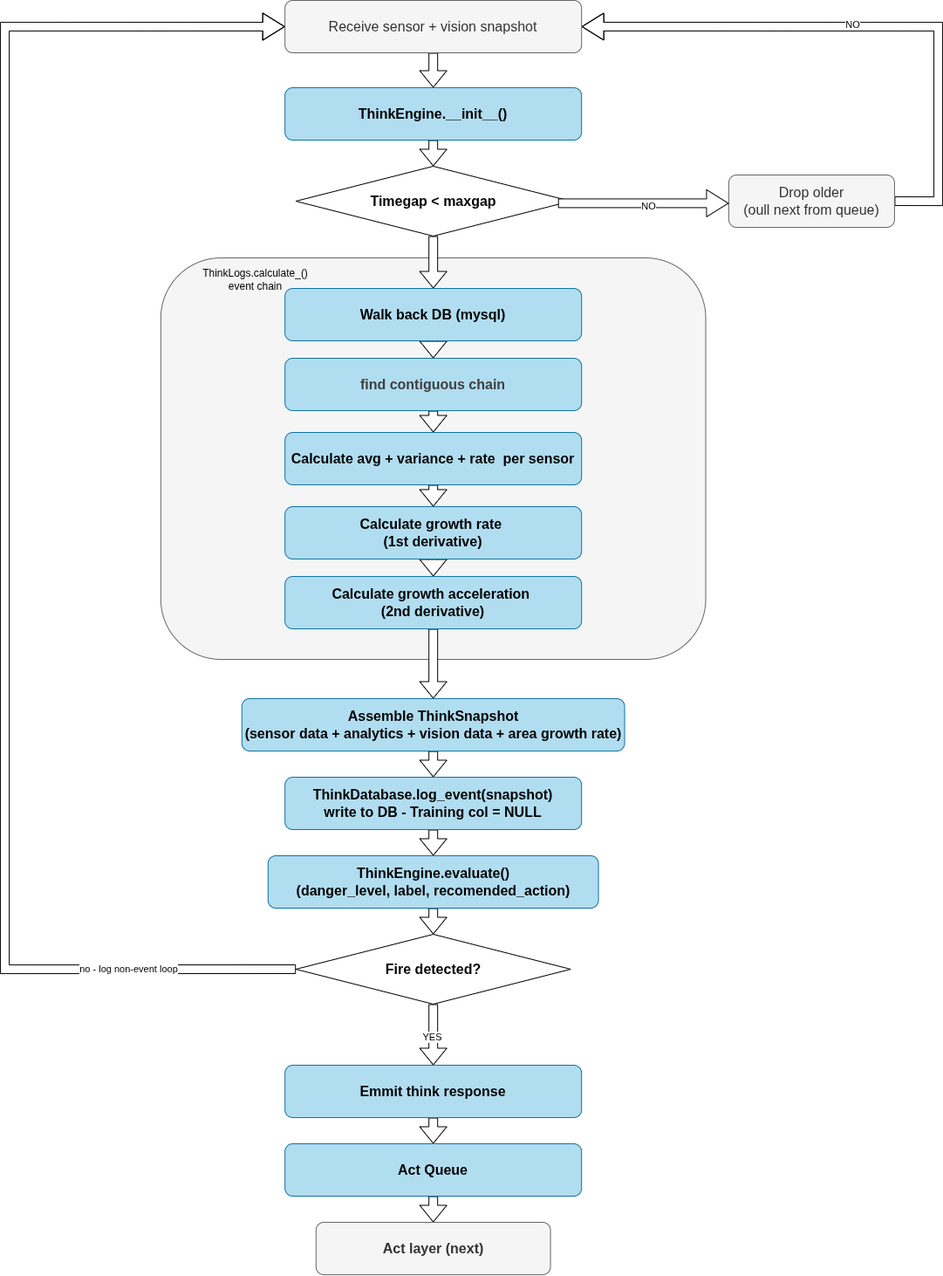
Earlier version of the draw.io export assets/flowchart_think.png (maya-fakih/smart_fire_extinguisher). Source tidied: cells renumbered, new cells last; positions are measured from the earlier drawing's top-left corner, leaving out a move shared by most shapes. The source it was exported from:
```xml
<mxGraphModel>
  <root>
    <mxCell id="0" />
    <mxCell id="1" parent="0" />
    <mxCell id="2" value="T" style="rounded=1;whiteSpace=wrap;html=1;fillColor=#f5f5f5;strokeColor=#666666;fontColor=#333333;" parent="1" vertex="1">
      <mxGeometry x="178.8" y="295" width="624.7" height="460" as="geometry" />
    </mxCell>
    <mxCell id="3" style="edgeStyle=none;html=1;shape=flexArrow;fillColor=default;" parent="1" edge="1" source="4" target="8">
      <mxGeometry relative="1" as="geometry" />
    </mxCell>
    <mxCell id="4" value="&lt;font style=&quot;font-size: 16px;&quot;&gt;Receive sensor + vision snapshot&lt;/font&gt;" style="rounded=1;whiteSpace=wrap;html=1;fillColor=#f5f5f5;strokeColor=#666666;fontColor=#333333;" parent="1" vertex="1">
      <mxGeometry x="321.2" width="340" height="60" as="geometry" />
    </mxCell>
    <mxCell id="5" style="edgeStyle=none;html=1;entryX=0.5;entryY=0;entryDx=0;entryDy=0;shape=flexArrow;fillColor=default;" parent="1" edge="1" source="6" target="10">
      <mxGeometry relative="1" as="geometry" />
    </mxCell>
    <mxCell id="6" value="&lt;b&gt;&lt;font style=&quot;font-size: 16px;&quot;&gt;Timegap &amp;lt; maxgap&lt;/font&gt;&lt;/b&gt;" style="rhombus;whiteSpace=wrap;html=1;" parent="1" vertex="1">
      <mxGeometry x="333.7" y="190" width="315" height="80" as="geometry" />
    </mxCell>
    <mxCell id="7" style="edgeStyle=none;html=1;shape=flexArrow;fillColor=default;" parent="1" edge="1" source="8" target="6">
      <mxGeometry relative="1" as="geometry" />
    </mxCell>
    <mxCell id="8" value="&lt;font style=&quot;font-size: 16px;&quot;&gt;&lt;b&gt;ThinkEngine.__init__()&lt;/b&gt;&lt;/font&gt;" style="rounded=1;whiteSpace=wrap;html=1;fillColor=#b1ddf0;strokeColor=#10739e;" parent="1" vertex="1">
      <mxGeometry x="321.2" y="100" width="340" height="60" as="geometry" />
    </mxCell>
    <mxCell id="9" style="edgeStyle=none;html=1;shape=flexArrow;fillColor=default;" parent="1" edge="1" source="10" target="12">
      <mxGeometry relative="1" as="geometry" />
    </mxCell>
    <mxCell id="10" value="&lt;font style=&quot;font-size: 16px;&quot;&gt;&lt;b&gt;Walk back DB (mysql)&lt;/b&gt;&lt;/font&gt;" style="rounded=1;whiteSpace=wrap;html=1;fillColor=#b1ddf0;strokeColor=#10739e;" parent="1" vertex="1">
      <mxGeometry x="321.2" y="330" width="340" height="60" as="geometry" />
    </mxCell>
    <mxCell id="11" style="edgeStyle=none;html=1;shape=flexArrow;fillColor=default;" parent="1" edge="1" source="12" target="14">
      <mxGeometry relative="1" as="geometry" />
    </mxCell>
    <mxCell id="12" value="&lt;div style=&quot;text-align: start;&quot;&gt;&lt;b style=&quot;color: rgb(63, 63, 63); font-size: 16px; background-color: transparent;&quot;&gt;find contiguous&lt;/b&gt;&lt;b style=&quot;color: rgb(63, 63, 63); font-size: 16px; background-color: transparent;&quot;&gt;&amp;nbsp;chain&lt;/b&gt;&lt;/div&gt;" style="rounded=1;whiteSpace=wrap;html=1;fillColor=#b1ddf0;strokeColor=#10739e;" parent="1" vertex="1">
      <mxGeometry x="321.2" y="410" width="340" height="60" as="geometry" />
    </mxCell>
    <mxCell id="13" style="edgeStyle=none;html=1;shape=flexArrow;fillColor=default;" parent="1" edge="1" source="14" target="16">
      <mxGeometry relative="1" as="geometry" />
    </mxCell>
    <mxCell id="14" value="&lt;div style=&quot;text-align: start;&quot;&gt;&lt;span style=&quot;font-size: 16px;&quot;&gt;&lt;b&gt;Calculate avg + variance + rate&amp;nbsp; per sensor&lt;/b&gt;&lt;/span&gt;&lt;/div&gt;" style="rounded=1;whiteSpace=wrap;html=1;fillColor=#b1ddf0;strokeColor=#10739e;" parent="1" vertex="1">
      <mxGeometry x="321.2" y="495" width="340" height="60" as="geometry" />
    </mxCell>
    <mxCell id="15" style="edgeStyle=none;html=1;shape=flexArrow;fillColor=default;" parent="1" edge="1" source="16" target="18">
      <mxGeometry relative="1" as="geometry" />
    </mxCell>
    <mxCell id="16" value="&lt;span style=&quot;font-size: 16px;&quot;&gt;&lt;b&gt;Calculate growth rate&amp;nbsp;&lt;/b&gt;&lt;/span&gt;&lt;div&gt;&lt;span style=&quot;font-size: 16px;&quot;&gt;&lt;b&gt;(1st derivative)&lt;/b&gt;&lt;/span&gt;&lt;/div&gt;" style="rounded=1;whiteSpace=wrap;html=1;fillColor=#b1ddf0;strokeColor=#10739e;" parent="1" vertex="1">
      <mxGeometry x="321.2" y="580" width="340" height="60" as="geometry" />
    </mxCell>
    <mxCell id="17" style="edgeStyle=none;html=1;shape=flexArrow;fillColor=default;" parent="1" edge="1" source="18" target="20">
      <mxGeometry relative="1" as="geometry" />
    </mxCell>
    <mxCell id="18" value="&lt;span style=&quot;font-size: 16px;&quot;&gt;&lt;b&gt;Calculate growth acceleration&amp;nbsp;&lt;/b&gt;&lt;/span&gt;&lt;div&gt;&lt;span style=&quot;font-size: 16px;&quot;&gt;&lt;b&gt;(2nd derivative)&lt;/b&gt;&lt;/span&gt;&lt;/div&gt;" style="rounded=1;whiteSpace=wrap;html=1;fillColor=#b1ddf0;strokeColor=#10739e;" parent="1" vertex="1">
      <mxGeometry x="321.2" y="660" width="340" height="60" as="geometry" />
    </mxCell>
    <mxCell id="19" style="edgeStyle=none;html=1;shape=flexArrow;fillColor=default;" parent="1" edge="1" source="20" target="22">
      <mxGeometry relative="1" as="geometry" />
    </mxCell>
    <mxCell id="20" value="&lt;span style=&quot;font-size: 16px;&quot;&gt;&lt;b&gt;Assemble ThinkSnapshot&lt;/b&gt;&lt;/span&gt;&lt;div&gt;&lt;span style=&quot;font-size: 16px;&quot;&gt;&lt;b&gt;(sensor data + analytics + vision data + area growth rate)&lt;/b&gt;&lt;/span&gt;&lt;/div&gt;" style="rounded=1;whiteSpace=wrap;html=1;fillColor=#b1ddf0;strokeColor=#10739e;" parent="1" vertex="1">
      <mxGeometry x="271.8" y="800" width="438.8" height="60" as="geometry" />
    </mxCell>
    <mxCell id="21" style="edgeStyle=none;html=1;shape=flexArrow;fillColor=default;" parent="1" edge="1" source="22" target="24">
      <mxGeometry relative="1" as="geometry" />
    </mxCell>
    <mxCell id="22" value="&lt;span style=&quot;font-size: 16px;&quot;&gt;&lt;b&gt;ThinkDatabase.log_event(snapshot)&lt;/b&gt;&lt;/span&gt;&lt;div&gt;&lt;span style=&quot;font-size: 16px;&quot;&gt;&lt;b&gt;write to DB - Training col = NULL&lt;/b&gt;&lt;/span&gt;&lt;/div&gt;" style="rounded=1;whiteSpace=wrap;html=1;fillColor=#b1ddf0;strokeColor=#10739e;" parent="1" vertex="1">
      <mxGeometry x="321.2" y="890" width="340" height="60" as="geometry" />
    </mxCell>
    <mxCell id="23" style="edgeStyle=none;html=1;entryX=0.5;entryY=0;entryDx=0;entryDy=0;shape=flexArrow;fillColor=default;" parent="1" edge="1" source="24" target="27">
      <mxGeometry relative="1" as="geometry" />
    </mxCell>
    <mxCell id="24" value="&lt;span style=&quot;font-size: 16px;&quot;&gt;&lt;b&gt;ThinkEngine.evaluate()&lt;/b&gt;&lt;/span&gt;&lt;div&gt;&lt;span style=&quot;font-size: 16px;&quot;&gt;&lt;b&gt;(danger_level, label, recomended_action)&lt;/b&gt;&lt;/span&gt;&lt;/div&gt;" style="rounded=1;whiteSpace=wrap;html=1;fillColor=#b1ddf0;strokeColor=#10739e;" parent="1" vertex="1">
      <mxGeometry x="301.8" y="980" width="378.8" height="60" as="geometry" />
    </mxCell>
    <mxCell id="25" style="edgeStyle=none;html=1;entryX=0.5;entryY=0;entryDx=0;entryDy=0;shape=flexArrow;fillColor=default;" parent="1" edge="1" source="27" target="29">
      <mxGeometry relative="1" as="geometry" />
    </mxCell>
    <mxCell id="26" value="YES" style="edgeLabel;html=1;align=center;verticalAlign=middle;" parent="25" vertex="1">
      <mxGeometry x="0.06" y="-2" relative="1" as="geometry" />
    </mxCell>
    <mxCell id="27" value="&lt;b&gt;&lt;font style=&quot;font-size: 16px;&quot;&gt;Fire detected?&lt;/font&gt;&lt;/b&gt;" style="rhombus;whiteSpace=wrap;html=1;" parent="1" vertex="1">
      <mxGeometry x="333.7" y="1070" width="315" height="80" as="geometry" />
    </mxCell>
    <mxCell id="28" style="edgeStyle=none;html=1;shape=flexArrow;fillColor=default;" parent="1" edge="1" source="29" target="31">
      <mxGeometry relative="1" as="geometry" />
    </mxCell>
    <mxCell id="29" value="&lt;span style=&quot;font-size: 16px;&quot;&gt;&lt;b&gt;Emmit think response&lt;/b&gt;&lt;/span&gt;" style="rounded=1;whiteSpace=wrap;html=1;fillColor=#b1ddf0;strokeColor=#10739e;" parent="1" vertex="1">
      <mxGeometry x="321.2" y="1220" width="340" height="60" as="geometry" />
    </mxCell>
    <mxCell id="30" style="edgeStyle=none;html=1;shape=flexArrow;fillColor=default;" parent="1" edge="1" source="31" target="32">
      <mxGeometry relative="1" as="geometry" />
    </mxCell>
    <mxCell id="31" value="&lt;span style=&quot;font-size: 16px;&quot;&gt;&lt;b&gt;Act Queue&lt;/b&gt;&lt;/span&gt;" style="rounded=1;whiteSpace=wrap;html=1;fillColor=#b1ddf0;strokeColor=#10739e;" parent="1" vertex="1">
      <mxGeometry x="321.2" y="1310" width="340" height="60" as="geometry" />
    </mxCell>
    <mxCell id="32" value="&lt;span style=&quot;font-size: 16px;&quot;&gt;&lt;b&gt;Act layer (next)&lt;/b&gt;&lt;/span&gt;" style="rounded=1;whiteSpace=wrap;html=1;fillColor=#f5f5f5;strokeColor=#666666;fontColor=#333333;" parent="1" vertex="1">
      <mxGeometry x="356.8" y="1400" width="268.8" height="60" as="geometry" />
    </mxCell>
    <mxCell id="33" style="edgeStyle=segmentEdgeStyle;endArrow=classic;html=1;curved=0;rounded=0;endSize=8;startSize=8;exitX=0;exitY=0.5;exitDx=0;exitDy=0;entryX=0;entryY=0.5;entryDx=0;entryDy=0;shape=flexArrow;fillColor=default;" parent="1" edge="1" source="27" target="4">
      <mxGeometry relative="1" as="geometry">
        <Array as="points">
          <mxPoint y="1110" />
          <mxPoint y="30" />
        </Array>
      </mxGeometry>
    </mxCell>
    <mxCell id="34" value="&lt;div&gt;&lt;/div&gt;" style="edgeLabel;html=1;align=center;verticalAlign=middle;" parent="33" vertex="1">
      <mxGeometry x="-0.78" y="-3" relative="1" as="geometry" />
    </mxCell>
    <mxCell id="35" value="&lt;span&gt;&lt;font style=&quot;color: rgb(0, 0, 0);&quot;&gt;&lt;/font&gt;&lt;/span&gt;&lt;div&gt;&lt;/div&gt;" style="edgeLabel;html=1;align=center;verticalAlign=middle;" parent="33" vertex="1">
      <mxGeometry x="-0.79" relative="1" as="geometry" />
    </mxCell>
    <mxCell id="36" value="no - log non-event loop" style="edgeLabel;html=1;align=center;verticalAlign=middle;" parent="33" vertex="1">
      <mxGeometry x="-0.78" y="-1" relative="1" as="geometry" />
    </mxCell>
    <mxCell id="37" value="ThinkLogs.calculate_()&lt;div&gt;event chain&lt;/div&gt;" style="text;html=1;align=center;verticalAlign=middle;strokeColor=none;fillColor=none;" parent="1" vertex="1">
      <mxGeometry x="216.8" y="300" width="140" height="40" as="geometry" />
    </mxCell>
    <mxCell id="38" style="edgeStyle=segmentEdgeStyle;endArrow=classic;html=1;curved=0;rounded=0;endSize=8;startSize=8;entryX=1;entryY=0.5;entryDx=0;entryDy=0;exitX=1;exitY=0.5;exitDx=0;exitDy=0;shape=flexArrow;fillColor=default;" parent="1" edge="1" source="40" target="4">
      <mxGeometry relative="1" as="geometry">
        <Array as="points">
          <mxPoint x="1070" y="230" />
          <mxPoint x="1070" y="30" />
        </Array>
      </mxGeometry>
    </mxCell>
    <mxCell id="39" value="NO" style="edgeLabel;html=1;align=center;verticalAlign=middle;" parent="38" vertex="1">
      <mxGeometry x="0.06" y="-3" relative="1" as="geometry" />
    </mxCell>
    <mxCell id="40" value="&lt;font style=&quot;font-size: 16px;&quot;&gt;Drop older&lt;/font&gt;&lt;div&gt;&lt;font style=&quot;font-size: 16px;&quot;&gt;(oull next from queue)&lt;/font&gt;&lt;/div&gt;" style="rounded=1;whiteSpace=wrap;html=1;fillColor=#f5f5f5;strokeColor=#666666;fontColor=#333333;" parent="1" vertex="1">
      <mxGeometry x="829.9" y="200" width="190" height="60" as="geometry" />
    </mxCell>
    <mxCell id="41" style="edgeStyle=segmentEdgeStyle;endArrow=classic;html=1;curved=0;rounded=0;endSize=8;startSize=8;exitX=0.954;exitY=0.53;exitDx=0;exitDy=0;exitPerimeter=0;shape=flexArrow;fillColor=default;" parent="1" edge="1" source="6" target="40">
      <mxGeometry relative="1" as="geometry" />
    </mxCell>
    <mxCell id="42" value="NO" style="edgeLabel;html=1;align=center;verticalAlign=middle;" parent="41" vertex="1">
      <mxGeometry x="0.06" y="-3" relative="1" as="geometry" />
    </mxCell>
  </root>
</mxGraphModel>
```
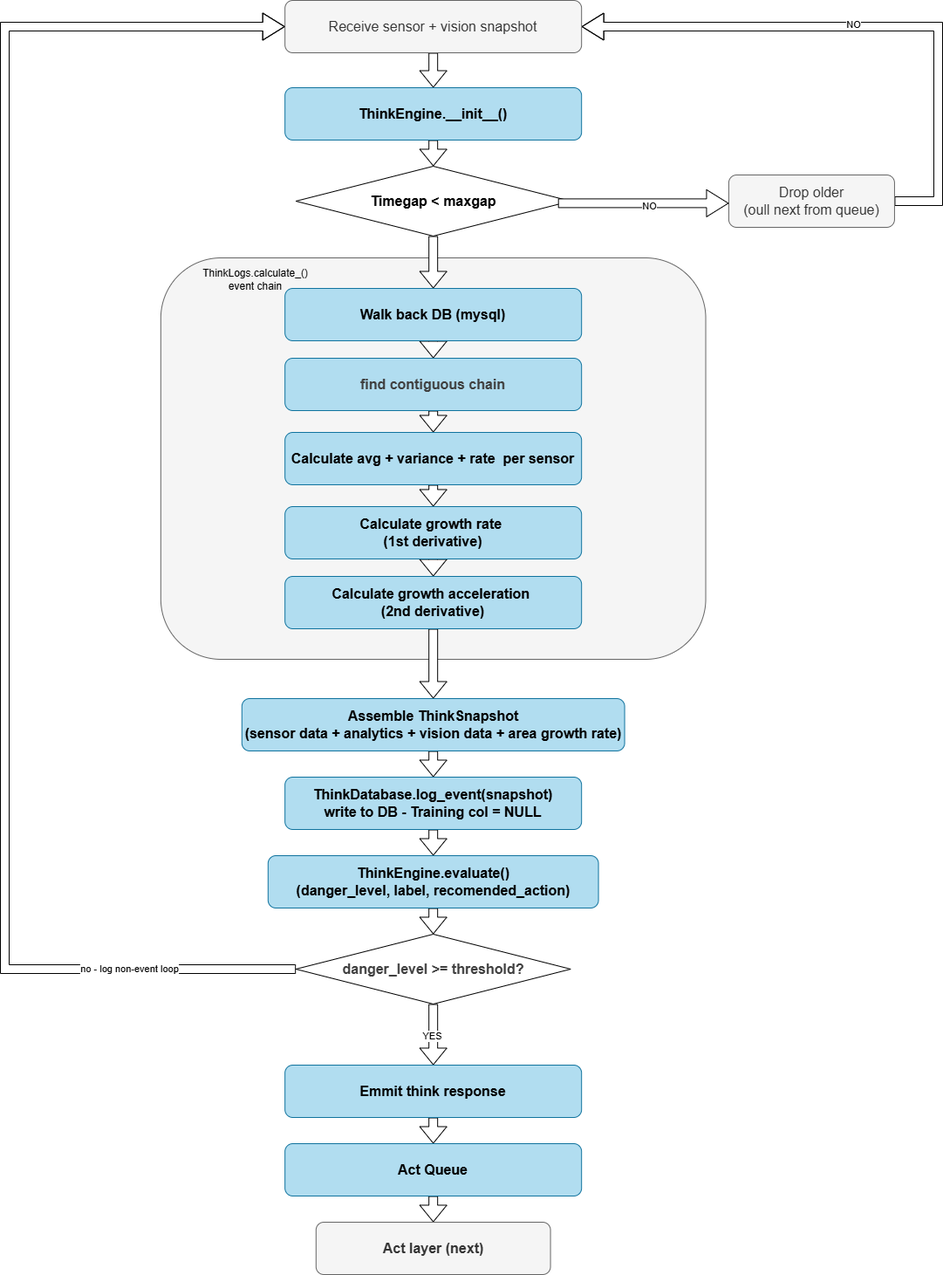
Later version of the same file.

Change to the diagram source:
```diff
@@ -77,7 +77,7 @@
     <mxCell id="26" value="YES" style="edgeLabel;html=1;align=center;verticalAlign=middle;" parent="25" vertex="1">
       <mxGeometry x="0.06" y="-2" relative="1" as="geometry" />
     </mxCell>
-    <mxCell id="27" value="&lt;b&gt;&lt;font style=&quot;font-size: 16px;&quot;&gt;Fire detected?&lt;/font&gt;&lt;/b&gt;" style="rhombus;whiteSpace=wrap;html=1;" parent="1" vertex="1">
+    <mxCell id="27" value="&lt;b style=&quot;scrollbar-color: rgb(226, 226, 226) rgb(251, 251, 251); color: rgb(63, 63, 63);&quot;&gt;&lt;font style=&quot;scrollbar-color: rgb(226, 226, 226) rgb(251, 251, 251); font-size: 16px; color: rgb(63, 63, 63);&quot;&gt;danger_level &amp;gt;= threshold?&lt;/font&gt;&lt;/b&gt;" style="rhombus;whiteSpace=wrap;html=1;" parent="1" vertex="1">
       <mxGeometry x="333.7" y="1070" width="315" height="80" as="geometry" />
     </mxCell>
     <mxCell id="28" style="edgeStyle=none;html=1;shape=flexArrow;fillColor=default;" parent="1" edge="1" source="29" target="31">
```
